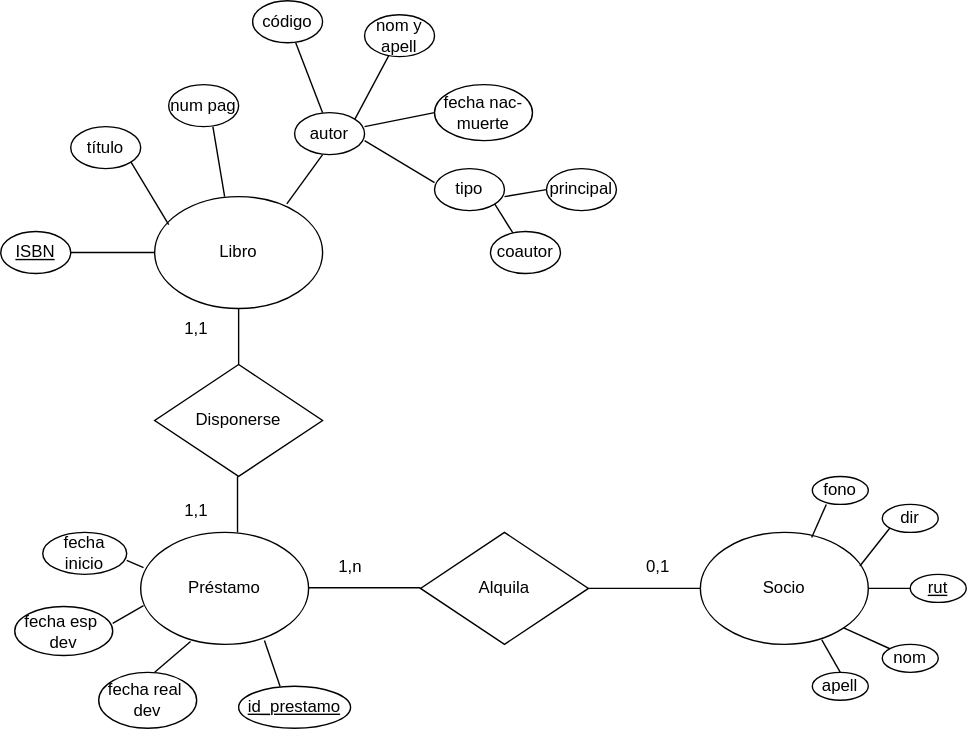
Before: modelo conceptual.drawio.svg, a diagram exported from draw.io (FranSantander/-Biblioteca). Source tidied: cells renumbered, new cells last; positions are measured from the earlier drawing's top-left corner, leaving out a move shared by most shapes.
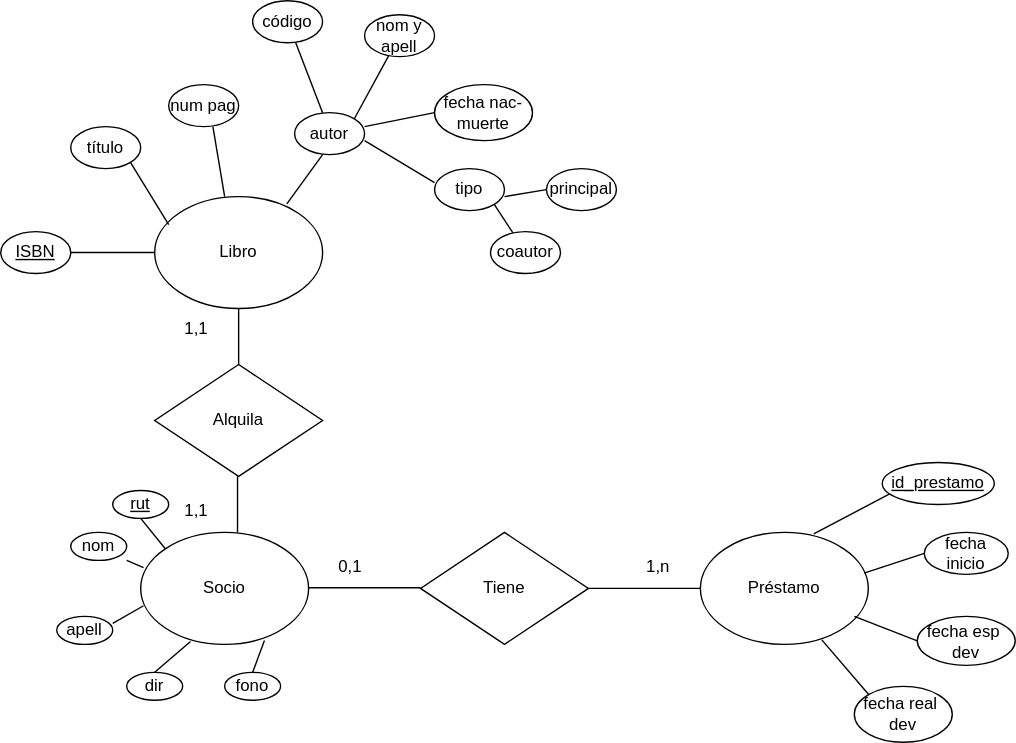
The same file after the commit.

The edit, as a diff of the source:
```diff
@@ -5,10 +5,10 @@
     <mxCell id="2" value="Libro" style="ellipse;whiteSpace=wrap;html=1;" parent="1" vertex="1">
       <mxGeometry x="110" y="140" width="120" height="80" as="geometry" />
     </mxCell>
-    <mxCell id="3" value="Préstamo" style="ellipse;whiteSpace=wrap;html=1;" parent="1" vertex="1">
+    <mxCell id="3" value="Socio" style="ellipse;whiteSpace=wrap;html=1;" parent="1" vertex="1">
       <mxGeometry x="100" y="380" width="120" height="80" as="geometry" />
     </mxCell>
-    <mxCell id="4" value="Socio" style="ellipse;whiteSpace=wrap;html=1;" parent="1" vertex="1">
+    <mxCell id="4" value="Préstamo" style="ellipse;whiteSpace=wrap;html=1;" parent="1" vertex="1">
       <mxGeometry x="500" y="380" width="120" height="80" as="geometry" />
     </mxCell>
     <mxCell id="5" value="&lt;u&gt;ISBN&lt;/u&gt;" style="ellipse;whiteSpace=wrap;html=1;" parent="1" vertex="1">
@@ -86,40 +86,37 @@
       </mxGeometry>
     </mxCell>
     <mxCell id="25" value="&lt;u&gt;rut&lt;/u&gt;" style="ellipse;whiteSpace=wrap;html=1;" parent="1" vertex="1">
-      <mxGeometry x="650" y="410" width="40" height="20" as="geometry" />
+      <mxGeometry x="80" y="350" width="40" height="20" as="geometry" />
     </mxCell>
     <mxCell id="26" value="nom" style="ellipse;whiteSpace=wrap;html=1;" parent="1" vertex="1">
-      <mxGeometry x="630" y="460" width="40" height="20" as="geometry" />
+      <mxGeometry x="50" y="380" width="40" height="20" as="geometry" />
     </mxCell>
     <mxCell id="27" value="apell" style="ellipse;whiteSpace=wrap;html=1;" parent="1" vertex="1">
-      <mxGeometry x="580" y="480" width="40" height="20" as="geometry" />
+      <mxGeometry x="40" y="440" width="40" height="20" as="geometry" />
     </mxCell>
     <mxCell id="28" value="dir" style="ellipse;whiteSpace=wrap;html=1;" parent="1" vertex="1">
-      <mxGeometry x="630" y="360" width="40" height="20" as="geometry" />
+      <mxGeometry x="90" y="480" width="40" height="20" as="geometry" />
     </mxCell>
     <mxCell id="29" value="fono" style="ellipse;whiteSpace=wrap;html=1;" parent="1" vertex="1">
-      <mxGeometry x="580" y="340" width="40" height="20" as="geometry" />
+      <mxGeometry x="160" y="480" width="40" height="20" as="geometry" />
     </mxCell>
-    <mxCell id="30" value="Alquila" style="rhombus;whiteSpace=wrap;html=1;" parent="1" vertex="1">
+    <mxCell id="30" value="Tiene" style="rhombus;whiteSpace=wrap;html=1;" parent="1" vertex="1">
       <mxGeometry x="300" y="380" width="120" height="80" as="geometry" />
     </mxCell>
-    <mxCell id="31" style="endArrow=none;html=1;rounded=0;exitX=0.663;exitY=0.045;exitDx=0;exitDy=0;exitPerimeter=0;" parent="1" edge="1" source="4">
-      <mxGeometry relative="1" as="geometry">
-        <mxPoint x="590" y="360" as="targetPoint" />
-      </mxGeometry>
-    </mxCell>
-    <mxCell id="32" style="endArrow=none;html=1;rounded=0;entryX=0;entryY=1;entryDx=0;entryDy=0;exitX=0.95;exitY=0.3;exitDx=0;exitDy=0;exitPerimeter=0;" parent="1" edge="1" source="4" target="28">
-      <mxGeometry relative="1" as="geometry" />
+    <mxCell id="32" style="endArrow=none;html=1;rounded=0;exitX=0.675;exitY=0.013;exitDx=0;exitDy=0;exitPerimeter=0;" parent="1" edge="1" source="4">
+      <mxGeometry relative="1" as="geometry">
+        <mxPoint x="640" y="350" as="targetPoint" />
+      </mxGeometry>
     </mxCell>
-    <mxCell id="33" style="endArrow=none;html=1;rounded=0;entryX=0;entryY=0.5;entryDx=0;entryDy=0;" parent="1" edge="1" target="25">
-      <mxGeometry relative="1" as="geometry">
-        <mxPoint x="620" y="420" as="sourcePoint" />
-      </mxGeometry>
+    <mxCell id="33" style="endArrow=none;html=1;rounded=0;exitX=0.975;exitY=0.363;exitDx=0;exitDy=0;exitPerimeter=0;entryX=0;entryY=0.5;entryDx=0;entryDy=0;" parent="1" edge="1" source="4" target="41">
+      <mxGeometry relative="1" as="geometry" />
     </mxCell>
-    <mxCell id="34" style="endArrow=none;html=1;rounded=0;entryX=0;entryY=0;entryDx=0;entryDy=0;exitX=1;exitY=1;exitDx=0;exitDy=0;" parent="1" edge="1" source="4" target="26">
-      <mxGeometry relative="1" as="geometry" />
+    <mxCell id="34" style="endArrow=none;html=1;rounded=0;entryX=0;entryY=0.5;entryDx=0;entryDy=0;" parent="1" edge="1" target="42">
+      <mxGeometry relative="1" as="geometry">
+        <mxPoint x="610" y="440" as="sourcePoint" />
+      </mxGeometry>
     </mxCell>
-    <mxCell id="35" style="endArrow=none;html=1;rounded=0;entryX=0.5;entryY=0;entryDx=0;entryDy=0;exitX=0.723;exitY=0.96;exitDx=0;exitDy=0;exitPerimeter=0;" parent="1" edge="1" source="4" target="27">
+    <mxCell id="35" style="endArrow=none;html=1;rounded=0;exitX=0.723;exitY=0.96;exitDx=0;exitDy=0;exitPerimeter=0;entryX=0;entryY=0;entryDx=0;entryDy=0;" parent="1" edge="1" source="4" target="43">
       <mxGeometry relative="1" as="geometry" />
     </mxCell>
     <mxCell id="36" style="endArrow=none;html=1;rounded=0;" parent="1" edge="1">
@@ -134,7 +131,7 @@
         <mxPoint x="300" y="419.6" as="targetPoint" />
       </mxGeometry>
     </mxCell>
-    <mxCell id="38" value="Disponerse" style="rhombus;whiteSpace=wrap;html=1;" parent="1" vertex="1">
+    <mxCell id="38" value="Alquila" style="rhombus;whiteSpace=wrap;html=1;" parent="1" vertex="1">
       <mxGeometry x="110" y="260" width="120" height="80" as="geometry" />
     </mxCell>
     <mxCell id="39" style="endArrow=none;html=1;rounded=0;entryX=0.5;entryY=1;entryDx=0;entryDy=0;" parent="1" edge="1" target="2">
@@ -149,13 +146,13 @@
       </mxGeometry>
     </mxCell>
     <mxCell id="41" value="fecha inicio" style="ellipse;whiteSpace=wrap;html=1;" parent="1" vertex="1">
-      <mxGeometry x="30" y="380" width="60" height="30" as="geometry" />
+      <mxGeometry x="660" y="380" width="60" height="30" as="geometry" />
     </mxCell>
     <mxCell id="42" value="fecha esp&amp;nbsp; dev" style="ellipse;whiteSpace=wrap;html=1;" parent="1" vertex="1">
-      <mxGeometry x="10" y="433" width="70" height="35" as="geometry" />
+      <mxGeometry x="655" y="440" width="70" height="35" as="geometry" />
     </mxCell>
     <mxCell id="43" value="fecha real&amp;nbsp; dev" style="ellipse;whiteSpace=wrap;html=1;" parent="1" vertex="1">
-      <mxGeometry x="70" y="480" width="70" height="40" as="geometry" />
+      <mxGeometry x="610" y="490" width="70" height="40" as="geometry" />
     </mxCell>
     <mxCell id="44" style="endArrow=none;html=1;rounded=0;entryX=0.297;entryY=0.975;entryDx=0;entryDy=0;entryPerimeter=0;" parent="1" edge="1" target="3">
       <mxGeometry relative="1" as="geometry">
@@ -172,10 +169,10 @@
         <mxPoint x="90" y="400" as="sourcePoint" />
       </mxGeometry>
     </mxCell>
-    <mxCell id="47" value="1,n" style="text;html=1;strokeColor=none;fillColor=none;align=center;verticalAlign=middle;whiteSpace=wrap;rounded=0;" parent="1" vertex="1">
+    <mxCell id="47" value="0,1" style="text;html=1;strokeColor=none;fillColor=none;align=center;verticalAlign=middle;whiteSpace=wrap;rounded=0;" parent="1" vertex="1">
       <mxGeometry x="220" y="390" width="60" height="30" as="geometry" />
     </mxCell>
-    <mxCell id="48" value="0,1" style="text;html=1;strokeColor=none;fillColor=none;align=center;verticalAlign=middle;whiteSpace=wrap;rounded=0;" parent="1" vertex="1">
+    <mxCell id="48" value="1,n" style="text;html=1;strokeColor=none;fillColor=none;align=center;verticalAlign=middle;whiteSpace=wrap;rounded=0;" parent="1" vertex="1">
       <mxGeometry x="440" y="390" width="60" height="30" as="geometry" />
     </mxCell>
     <mxCell id="49" value="1,1" style="text;html=1;strokeColor=none;fillColor=none;align=center;verticalAlign=middle;whiteSpace=wrap;rounded=0;" parent="1" vertex="1">
@@ -185,10 +182,17 @@
       <mxGeometry x="110" y="350" width="60" height="30" as="geometry" />
     </mxCell>
     <mxCell id="51" value="&lt;u&gt;id_prestamo&lt;/u&gt;" style="ellipse;whiteSpace=wrap;html=1;" parent="1" vertex="1">
-      <mxGeometry x="170" y="490" width="80" height="30" as="geometry" />
+      <mxGeometry x="630" y="330" width="80" height="30" as="geometry" />
     </mxCell>
-    <mxCell id="52" style="endArrow=none;html=1;rounded=0;entryX=0.737;entryY=0.965;entryDx=0;entryDy=0;entryPerimeter=0;exitX=0.37;exitY=0;exitDx=0;exitDy=0;exitPerimeter=0;" parent="1" edge="1" source="51" target="3">
-      <mxGeometry relative="1" as="geometry" />
+    <mxCell id="52" style="endArrow=none;html=1;rounded=0;entryX=0.737;entryY=0.965;entryDx=0;entryDy=0;entryPerimeter=0;" parent="1" edge="1" target="3">
+      <mxGeometry relative="1" as="geometry">
+        <mxPoint x="180" y="480" as="sourcePoint" />
+      </mxGeometry>
     </mxCell>
+    <mxCell id="53" style="endArrow=none;html=1;rounded=0;entryX=0;entryY=0;entryDx=0;entryDy=0;" parent="1" edge="1" target="3">
+      <mxGeometry relative="1" as="geometry">
+        <mxPoint x="100" y="370" as="sourcePoint" />
+      </mxGeometry>
+    </mxCell>
   </root>
 </mxGraphModel>
```
